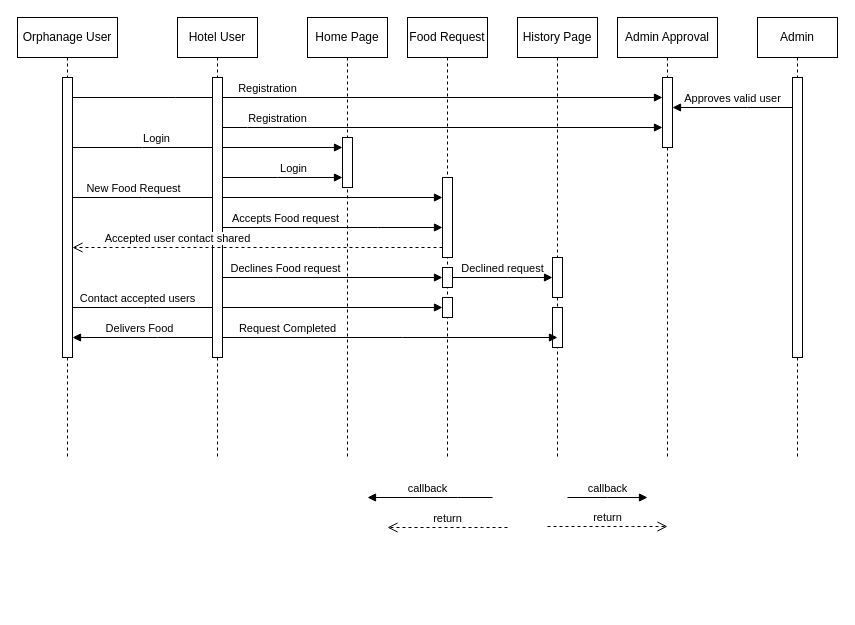
Earlier version of the draw.io diagram sequenceDiagram.drawio (Sriram-V-99/MCA-Project-). Source tidied: cells renumbered, new cells numbered last; positions are measured from the earlier drawing's top-left corner, leaving out a move shared by most shapes. Both pictures are drawn from the tidied source at 100%, with x=0, y=0 at pixel (17, 17).
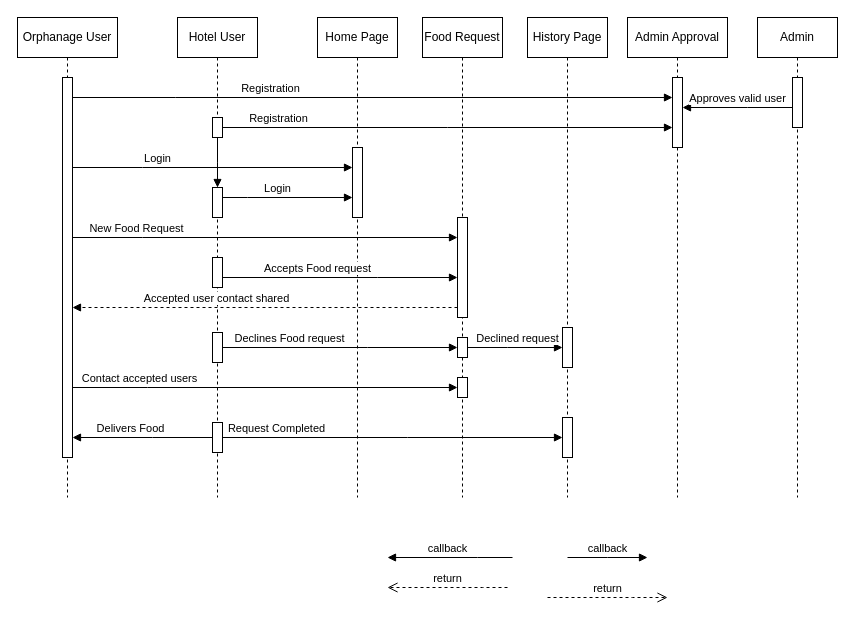
After the change.

The change refers to these unchanged cells:
```xml
<mxCell id="24" style="html=1;points=[];perimeter=orthogonalPerimeter;outlineConnect=0;targetShapes=umlLifeline;portConstraint=eastwest;newEdgeStyle={&quot;edgeStyle&quot;:&quot;elbowEdgeStyle&quot;,&quot;elbow&quot;:&quot;vertical&quot;,&quot;curved&quot;:0,&quot;rounded&quot;:0};" parent="23" vertex="1">
  <mxGeometry x="45" y="60" width="10" height="70" as="geometry" />
</mxCell>
```

The edit, as a diff of the source:
```diff
@@
-    <mxCell id="2" value="Contact accepted users" style="html=1;verticalAlign=bottom;endArrow=block;edgeStyle=elbowEdgeStyle;elbow=vertical;curved=0;rounded=0;" parent="1" edge="1" target="19">
-      <mxGeometry x="-0.65" relative="1" as="geometry">
-        <mxPoint x="55" y="290" as="sourcePoint" />
-        <Array as="points">
-          <mxPoint x="130" y="290" />
-        </Array>
-      </mxGeometry>
-    </mxCell>
-    <mxCell id="3" value="Login" style="html=1;verticalAlign=bottom;endArrow=block;edgeStyle=elbowEdgeStyle;elbow=vertical;curved=0;rounded=0;" parent="1" edge="1" source="8" target="28">
-      <mxGeometry x="-0.38" relative="1" as="geometry">
-        <Array as="points">
-          <mxPoint x="125" y="130" />
-        </Array>
-      </mxGeometry>
-    </mxCell>
-    <mxCell id="4" value="Registration" style="html=1;verticalAlign=bottom;endArrow=block;edgeStyle=elbowEdgeStyle;elbow=vertical;curved=0;rounded=0;" parent="1" edge="1" source="8" target="24">
-      <mxGeometry x="-0.34" relative="1" as="geometry">
-        <Array as="points">
-          <mxPoint x="157.8" y="80" />
-        </Array>
-      </mxGeometry>
-    </mxCell>
-    <mxCell id="5" value="New Food Request" style="html=1;verticalAlign=bottom;endArrow=block;edgeStyle=elbowEdgeStyle;elbow=vertical;curved=0;rounded=0;" parent="1" edge="1" source="8" target="17">
-      <mxGeometry x="-0.67" relative="1" as="geometry">
-        <Array as="points">
-          <mxPoint x="125" y="180" />
-        </Array>
-      </mxGeometry>
-    </mxCell>
-    <mxCell id="6" value="Registration" style="html=1;verticalAlign=bottom;endArrow=block;edgeStyle=elbowEdgeStyle;elbow=vertical;curved=0;rounded=0;" parent="1" edge="1" source="10">
-      <mxGeometry x="-0.75" relative="1" as="geometry">
-        <mxPoint x="645" y="110" as="targetPoint" />
-        <Array as="points">
-          <mxPoint x="230" y="110" />
-        </Array>
-      </mxGeometry>
+    <mxCell id="6" value="Registration" style="html=1;verticalAlign=bottom;endArrow=block;edgeStyle=elbowEdgeStyle;elbow=vertical;curved=0;rounded=0;" parent="1" edge="1" source="10" target="24">
+      <mxGeometry x="-0.75" relative="1" as="geometry" />
     </mxCell>
     <mxCell id="7" value="Orphanage User" style="shape=umlLifeline;perimeter=lifelinePerimeter;whiteSpace=wrap;html=1;newEdgeStyle={&quot;edgeStyle&quot;:&quot;elbowEdgeStyle&quot;,&quot;elbow&quot;:&quot;vertical&quot;,&quot;curved&quot;:0,&quot;rounded&quot;:0};" parent="1" vertex="1">
-      <mxGeometry width="100" height="440" as="geometry" />
+      <mxGeometry width="100" height="480" as="geometry" />
     </mxCell>
     <mxCell id="8" style="html=1;points=[];perimeter=orthogonalPerimeter;outlineConnect=0;targetShapes=umlLifeline;portConstraint=eastwest;newEdgeStyle={&quot;edgeStyle&quot;:&quot;elbowEdgeStyle&quot;,&quot;elbow&quot;:&quot;vertical&quot;,&quot;curved&quot;:0,&quot;rounded&quot;:0};" parent="7" vertex="1">
-      <mxGeometry x="45" y="60" width="10" height="280" as="geometry" />
+      <mxGeometry x="45" y="60" width="10" height="380" as="geometry" />
     </mxCell>
     <mxCell id="9" value="Hotel User" style="shape=umlLifeline;perimeter=lifelinePerimeter;whiteSpace=wrap;html=1;newEdgeStyle={&quot;edgeStyle&quot;:&quot;elbowEdgeStyle&quot;,&quot;elbow&quot;:&quot;vertical&quot;,&quot;curved&quot;:0,&quot;rounded&quot;:0};" parent="1" vertex="1">
-      <mxGeometry x="160" width="80" height="440" as="geometry" />
+      <mxGeometry x="160" width="80" height="480" as="geometry" />
     </mxCell>
     <mxCell id="10" style="html=1;points=[];perimeter=orthogonalPerimeter;outlineConnect=0;targetShapes=umlLifeline;portConstraint=eastwest;newEdgeStyle={&quot;edgeStyle&quot;:&quot;elbowEdgeStyle&quot;,&quot;elbow&quot;:&quot;vertical&quot;,&quot;curved&quot;:0,&quot;rounded&quot;:0};" parent="9" vertex="1">
-      <mxGeometry x="35" y="60" width="10" height="280" as="geometry" />
+      <mxGeometry x="35" y="100" width="10" height="20" as="geometry" />
     </mxCell>
+    <mxCell id="36" style="html=1;points=[];perimeter=orthogonalPerimeter;outlineConnect=0;targetShapes=umlLifeline;portConstraint=eastwest;newEdgeStyle={&quot;edgeStyle&quot;:&quot;elbowEdgeStyle&quot;,&quot;elbow&quot;:&quot;vertical&quot;,&quot;curved&quot;:0,&quot;rounded&quot;:0};" parent="9" vertex="1">
+      <mxGeometry x="35" y="405" width="10" height="30" as="geometry" />
+    </mxCell>
+    <mxCell id="37" style="html=1;perimeter=orthogonalPerimeter;targetShapes=umlLifeline;newEdgeStyle={&quot;edgeStyle&quot;:&quot;elbowEdgeStyle&quot;,&quot;elbow&quot;:&quot;vertical&quot;,&quot;curved&quot;:0,&quot;rounded&quot;:0};" parent="9" vertex="1">
+      <mxGeometry x="35" y="315" width="10" height="30" as="geometry" />
+    </mxCell>
+    <mxCell id="38" style="html=1;perimeter=orthogonalPerimeter;targetShapes=umlLifeline;newEdgeStyle={&quot;edgeStyle&quot;:&quot;elbowEdgeStyle&quot;,&quot;elbow&quot;:&quot;vertical&quot;,&quot;curved&quot;:0,&quot;rounded&quot;:0};" parent="9" vertex="1">
+      <mxGeometry x="35" y="240" width="10" height="30" as="geometry" />
+    </mxCell>
+    <mxCell id="39" style="html=1;points=[];perimeter=orthogonalPerimeter;outlineConnect=0;targetShapes=umlLifeline;portConstraint=eastwest;newEdgeStyle={&quot;edgeStyle&quot;:&quot;elbowEdgeStyle&quot;,&quot;elbow&quot;:&quot;vertical&quot;,&quot;curved&quot;:0,&quot;rounded&quot;:0};" parent="9" vertex="1">
+      <mxGeometry x="35" y="170" width="10" height="30" as="geometry" />
+    </mxCell>
+    <mxCell id="40" style="html=1;verticalAlign=bottom;endArrow=block;edgeStyle=elbowEdgeStyle;elbow=vertical;curved=0;rounded=0;" parent="9" edge="1" source="10" target="39">
+      <mxGeometry x="-0.61" relative="1" as="geometry" />
+    </mxCell>
     <mxCell id="11" value="return" style="html=1;verticalAlign=bottom;endArrow=open;dashed=1;endSize=8;edgeStyle=elbowEdgeStyle;elbow=vertical;curved=0;rounded=0;" parent="1" edge="1">
       <mxGeometry relative="1" as="geometry">
-        <mxPoint x="490" y="510" as="sourcePoint" />
-        <mxPoint x="370" y="510" as="targetPoint" />
+        <mxPoint x="490" y="570" as="sourcePoint" />
+        <mxPoint x="370" y="570" as="targetPoint" />
         <Array as="points">
-          <mxPoint x="465" y="510" />
+          <mxPoint x="465" y="570" />
         </Array>
       </mxGeometry>
     </mxCell>
     <mxCell id="12" value="callback" style="html=1;verticalAlign=bottom;endArrow=block;edgeStyle=elbowEdgeStyle;elbow=vertical;curved=0;rounded=0;" parent="1" edge="1">
       <mxGeometry relative="1" as="geometry">
-        <mxPoint x="550" y="480" as="sourcePoint" />
-        <mxPoint x="630" y="480" as="targetPoint" />
+        <mxPoint x="550" y="540" as="sourcePoint" />
+        <mxPoint x="630" y="540" as="targetPoint" />
         <Array as="points">
-          <mxPoint x="590" y="480" />
+          <mxPoint x="590" y="540" />
         </Array>
       </mxGeometry>
     </mxCell>
     <mxCell id="13" value="return" style="html=1;verticalAlign=bottom;endArrow=open;dashed=1;endSize=8;edgeStyle=elbowEdgeStyle;elbow=vertical;curved=0;rounded=0;" parent="1" edge="1">
       <mxGeometry relative="1" as="geometry">
-        <mxPoint x="530" y="509" as="sourcePoint" />
-        <mxPoint x="650" y="509" as="targetPoint" />
+        <mxPoint x="530" y="580" as="sourcePoint" />
+        <mxPoint x="650" y="580" as="targetPoint" />
         <Array as="points">
-          <mxPoint x="615" y="509" />
+          <mxPoint x="615" y="580" />
         </Array>
       </mxGeometry>
     </mxCell>
     <mxCell id="14" value="Admin" style="shape=umlLifeline;perimeter=lifelinePerimeter;whiteSpace=wrap;html=1;newEdgeStyle={&quot;edgeStyle&quot;:&quot;elbowEdgeStyle&quot;,&quot;elbow&quot;:&quot;vertical&quot;,&quot;curved&quot;:0,&quot;rounded&quot;:0};" parent="1" vertex="1">
-      <mxGeometry x="740" width="80" height="440" as="geometry" />
+      <mxGeometry x="740" width="80" height="480" as="geometry" />
     </mxCell>
     <mxCell id="15" style="html=1;points=[];perimeter=orthogonalPerimeter;outlineConnect=0;targetShapes=umlLifeline;portConstraint=eastwest;newEdgeStyle={&quot;edgeStyle&quot;:&quot;elbowEdgeStyle&quot;,&quot;elbow&quot;:&quot;vertical&quot;,&quot;curved&quot;:0,&quot;rounded&quot;:0};" parent="14" vertex="1">
-      <mxGeometry x="35" y="60" width="10" height="280" as="geometry" />
+      <mxGeometry x="35" y="60" width="10" height="50" as="geometry" />
     </mxCell>
     <mxCell id="16" value="Food Request" style="shape=umlLifeline;perimeter=lifelinePerimeter;whiteSpace=wrap;html=1;newEdgeStyle={&quot;edgeStyle&quot;:&quot;elbowEdgeStyle&quot;,&quot;elbow&quot;:&quot;vertical&quot;,&quot;curved&quot;:0,&quot;rounded&quot;:0};" parent="1" vertex="1">
-      <mxGeometry x="390" width="80" height="440" as="geometry" />
+      <mxGeometry x="405" width="80" height="480" as="geometry" />
     </mxCell>
     <mxCell id="17" style="html=1;points=[];perimeter=orthogonalPerimeter;outlineConnect=0;targetShapes=umlLifeline;portConstraint=eastwest;newEdgeStyle={&quot;edgeStyle&quot;:&quot;elbowEdgeStyle&quot;,&quot;elbow&quot;:&quot;vertical&quot;,&quot;curved&quot;:0,&quot;rounded&quot;:0};" parent="16" vertex="1">
-      <mxGeometry x="35" y="160" width="10" height="80" as="geometry" />
+      <mxGeometry x="35" y="200" width="10" height="100" as="geometry" />
     </mxCell>
     <mxCell id="18" style="html=1;perimeter=orthogonalPerimeter;targetShapes=umlLifeline;newEdgeStyle={&quot;edgeStyle&quot;:&quot;elbowEdgeStyle&quot;,&quot;elbow&quot;:&quot;vertical&quot;,&quot;curved&quot;:0,&quot;rounded&quot;:0};" parent="16" vertex="1">
-      <mxGeometry x="35" y="250" width="10" height="20" as="geometry" />
+      <mxGeometry x="35" y="320" width="10" height="20" as="geometry" />
     </mxCell>
     <mxCell id="19" style="html=1;points=[];perimeter=orthogonalPerimeter;outlineConnect=0;targetShapes=umlLifeline;portConstraint=eastwest;newEdgeStyle={&quot;edgeStyle&quot;:&quot;elbowEdgeStyle&quot;,&quot;elbow&quot;:&quot;vertical&quot;,&quot;curved&quot;:0,&quot;rounded&quot;:0};" parent="16" vertex="1">
-      <mxGeometry x="35" y="280" width="10" height="20" as="geometry" />
+      <mxGeometry x="35" y="360" width="10" height="20" as="geometry" />
     </mxCell>
     <mxCell id="20" value="History Page" style="shape=umlLifeline;perimeter=lifelinePerimeter;whiteSpace=wrap;html=1;newEdgeStyle={&quot;edgeStyle&quot;:&quot;elbowEdgeStyle&quot;,&quot;elbow&quot;:&quot;vertical&quot;,&quot;curved&quot;:0,&quot;rounded&quot;:0};" parent="1" vertex="1">
-      <mxGeometry x="500" width="80" height="440" as="geometry" />
+      <mxGeometry x="510" width="80" height="480" as="geometry" />
     </mxCell>
     <mxCell id="21" style="html=1;perimeter=orthogonalPerimeter;targetShapes=umlLifeline;newEdgeStyle={&quot;edgeStyle&quot;:&quot;elbowEdgeStyle&quot;,&quot;elbow&quot;:&quot;vertical&quot;,&quot;curved&quot;:0,&quot;rounded&quot;:0};" parent="20" vertex="1">
-      <mxGeometry x="35" y="240" width="10" height="40" as="geometry" />
+      <mxGeometry x="35" y="310" width="10" height="40" as="geometry" />
     </mxCell>
     <mxCell id="22" style="html=1;points=[];perimeter=orthogonalPerimeter;outlineConnect=0;targetShapes=umlLifeline;portConstraint=eastwest;newEdgeStyle={&quot;edgeStyle&quot;:&quot;elbowEdgeStyle&quot;,&quot;elbow&quot;:&quot;vertical&quot;,&quot;curved&quot;:0,&quot;rounded&quot;:0};" parent="20" vertex="1">
-      <mxGeometry x="35" y="290" width="10" height="40" as="geometry" />
+      <mxGeometry x="35" y="400" width="10" height="40" as="geometry" />
     </mxCell>
     <mxCell id="23" value="Admin Approval" style="shape=umlLifeline;perimeter=lifelinePerimeter;whiteSpace=wrap;html=1;newEdgeStyle={&quot;edgeStyle&quot;:&quot;elbowEdgeStyle&quot;,&quot;elbow&quot;:&quot;vertical&quot;,&quot;curved&quot;:0,&quot;rounded&quot;:0};" parent="1" vertex="1">
-      <mxGeometry x="600" width="100" height="440" as="geometry" />
+      <mxGeometry x="610" width="100" height="480" as="geometry" />
     </mxCell>
@@
     <mxCell id="26" value="callback" style="html=1;verticalAlign=bottom;endArrow=block;edgeStyle=elbowEdgeStyle;elbow=vertical;curved=0;rounded=0;" parent="1" edge="1">
       <mxGeometry x="0.04" relative="1" as="geometry">
-        <mxPoint x="475" y="480" as="sourcePoint" />
-        <mxPoint x="350" y="480" as="targetPoint" />
+        <mxPoint x="495" y="540" as="sourcePoint" />
+        <mxPoint x="370" y="540" as="targetPoint" />
         <Array as="points">
-          <mxPoint x="440" y="480" />
+          <mxPoint x="460" y="540" />
         </Array>
       </mxGeometry>
     </mxCell>
     <mxCell id="27" value="Home Page" style="shape=umlLifeline;perimeter=lifelinePerimeter;whiteSpace=wrap;html=1;newEdgeStyle={&quot;edgeStyle&quot;:&quot;elbowEdgeStyle&quot;,&quot;elbow&quot;:&quot;vertical&quot;,&quot;curved&quot;:0,&quot;rounded&quot;:0};" parent="1" vertex="1">
-      <mxGeometry x="290" width="80" height="440" as="geometry" />
+      <mxGeometry x="300" width="80" height="480" as="geometry" />
     </mxCell>
     <mxCell id="28" style="html=1;points=[];perimeter=orthogonalPerimeter;outlineConnect=0;targetShapes=umlLifeline;portConstraint=eastwest;newEdgeStyle={&quot;edgeStyle&quot;:&quot;elbowEdgeStyle&quot;,&quot;elbow&quot;:&quot;vertical&quot;,&quot;curved&quot;:0,&quot;rounded&quot;:0};" parent="27" vertex="1">
-      <mxGeometry x="35" y="120" width="10" height="50" as="geometry" />
+      <mxGeometry x="35" y="130" width="10" height="70" as="geometry" />
     </mxCell>
-    <mxCell id="29" value="Login" style="html=1;verticalAlign=bottom;endArrow=block;edgeStyle=elbowEdgeStyle;elbow=vertical;curved=0;rounded=0;" parent="1" edge="1" source="10" target="28">
-      <mxGeometry x="0.18" relative="1" as="geometry">
+    <mxCell id="29" value="Login" style="html=1;verticalAlign=bottom;endArrow=block;edgeStyle=elbowEdgeStyle;elbow=vertical;curved=0;rounded=0;" parent="1" edge="1" source="39">
+      <mxGeometry x="-0.15" relative="1" as="geometry">
+        <mxPoint x="335" y="180" as="targetPoint" />
         <Array as="points">
-          <mxPoint x="260" y="160" />
+          <mxPoint x="230" y="180" />
         </Array>
       </mxGeometry>
     </mxCell>
     <mxCell id="30" value="Accepts Food request" style="html=1;verticalAlign=bottom;endArrow=block;edgeStyle=elbowEdgeStyle;elbow=vertical;curved=0;rounded=0;" parent="1" edge="1">
-      <mxGeometry x="-0.43" relative="1" as="geometry">
-        <mxPoint x="205" y="210" as="sourcePoint" />
-        <mxPoint x="425" y="210" as="targetPoint" />
+      <mxGeometry x="-0.19" relative="1" as="geometry">
+        <mxPoint x="205" y="260" as="sourcePoint" />
+        <mxPoint x="440" y="260" as="targetPoint" />
         <Array as="points">
-          <mxPoint x="360" y="210" />
+          <mxPoint x="360" y="260" />
         </Array>
       </mxGeometry>
     </mxCell>
     <mxCell id="31" value="Declines Food request" style="html=1;verticalAlign=bottom;endArrow=block;edgeStyle=elbowEdgeStyle;elbow=vertical;curved=0;rounded=0;" parent="1" edge="1">
       <mxGeometry x="-0.43" relative="1" as="geometry">
-        <mxPoint x="205" y="260" as="sourcePoint" />
-        <mxPoint x="425" y="260" as="targetPoint" />
+        <mxPoint x="205" y="330" as="sourcePoint" />
+        <mxPoint x="440" y="330" as="targetPoint" />
         <Array as="points">
-          <mxPoint x="260" y="260" />
+          <mxPoint x="350" y="330" />
         </Array>
       </mxGeometry>
     </mxCell>
     <mxCell id="32" value="Declined request" style="html=1;verticalAlign=bottom;endArrow=block;edgeStyle=elbowEdgeStyle;elbow=vertical;curved=0;rounded=0;" parent="1" edge="1">
-      <mxGeometry relative="1" as="geometry">
-        <mxPoint x="435" y="260" as="sourcePoint" />
-        <mxPoint x="535" y="260" as="targetPoint" />
+      <mxGeometry x="0.05" relative="1" as="geometry">
+        <mxPoint x="450" y="330" as="sourcePoint" />
+        <mxPoint x="545" y="330" as="targetPoint" />
         <Array as="points">
-          <mxPoint x="490" y="260" />
+          <mxPoint x="490" y="330" />
         </Array>
       </mxGeometry>
     </mxCell>
-    <mxCell id="33" value="Delivers Food" style="html=1;verticalAlign=bottom;endArrow=block;edgeStyle=elbowEdgeStyle;elbow=vertical;curved=0;rounded=0;" parent="1" edge="1" source="10" target="8">
-      <mxGeometry x="0.04" relative="1" as="geometry">
+    <mxCell id="33" value="Delivers Food" style="html=1;verticalAlign=bottom;endArrow=block;edgeStyle=elbowEdgeStyle;elbow=vertical;curved=0;rounded=0;" parent="1" edge="1" source="36" target="8">
+      <mxGeometry x="0.17" relative="1" as="geometry">
         <Array as="points">
-          <mxPoint x="140" y="320" />
+          <mxPoint x="135" y="420" />
         </Array>
       </mxGeometry>
     </mxCell>
-    <mxCell id="34" value="Request Completed" style="html=1;verticalAlign=bottom;endArrow=block;edgeStyle=elbowEdgeStyle;elbow=vertical;curved=0;rounded=0;" parent="1" edge="1" source="10">
-      <mxGeometry x="-0.61" relative="1" as="geometry">
-        <mxPoint x="540" y="320" as="targetPoint" />
+    <mxCell id="34" value="Request Completed" style="html=1;verticalAlign=bottom;endArrow=block;edgeStyle=elbowEdgeStyle;elbow=vertical;curved=0;rounded=0;" parent="1" edge="1" source="36" target="22">
+      <mxGeometry x="-0.68" relative="1" as="geometry">
         <Array as="points">
-          <mxPoint x="385" y="320" />
+          <mxPoint x="390" y="420" />
         </Array>
       </mxGeometry>
     </mxCell>
+    <mxCell id="4" value="Registration" style="html=1;verticalAlign=bottom;endArrow=block;edgeStyle=elbowEdgeStyle;elbow=vertical;curved=0;rounded=0;" parent="1" edge="1" source="8" target="24">
+      <mxGeometry x="-0.34" relative="1" as="geometry">
+        <Array as="points">
+          <mxPoint x="157.8" y="80" />
+        </Array>
+      </mxGeometry>
+    </mxCell>
+    <mxCell id="3" value="Login" style="html=1;verticalAlign=bottom;endArrow=block;edgeStyle=elbowEdgeStyle;elbow=vertical;curved=0;rounded=0;" parent="1" edge="1">
+      <mxGeometry x="-0.39" relative="1" as="geometry">
+        <mxPoint x="55" y="150" as="sourcePoint" />
+        <mxPoint x="335" y="150" as="targetPoint" />
+        <Array as="points">
+          <mxPoint x="125" y="150" />
+        </Array>
+      </mxGeometry>
+    </mxCell>
+    <mxCell id="5" value="New Food Request" style="html=1;verticalAlign=bottom;endArrow=block;edgeStyle=elbowEdgeStyle;elbow=vertical;curved=0;rounded=0;" parent="1" edge="1">
+      <mxGeometry x="-0.67" relative="1" as="geometry">
+        <mxPoint x="55" y="220" as="sourcePoint" />
+        <mxPoint x="440" y="220" as="targetPoint" />
+        <Array as="points">
+          <mxPoint x="125" y="220" />
+        </Array>
+      </mxGeometry>
+    </mxCell>
+    <mxCell id="2" value="Contact accepted users" style="html=1;verticalAlign=bottom;endArrow=block;edgeStyle=elbowEdgeStyle;elbow=vertical;curved=0;rounded=0;" parent="1" edge="1">
+      <mxGeometry x="-0.65" relative="1" as="geometry">
+        <mxPoint x="55" y="370" as="sourcePoint" />
+        <mxPoint x="440" y="370" as="targetPoint" />
+        <Array as="points">
+          <mxPoint x="130" y="370" />
+        </Array>
+      </mxGeometry>
+    </mxCell>
-    <mxCell id="35" value="Accepted user contact shared" style="html=1;verticalAlign=bottom;endArrow=open;dashed=1;endSize=8;edgeStyle=elbowEdgeStyle;elbow=vertical;curved=0;rounded=0;" parent="1" edge="1" source="17" target="8">
-      <mxGeometry x="0.43" relative="1" as="geometry">
+    <mxCell id="35" value="Accepted user contact shared" style="html=1;verticalAlign=bottom;endArrow=block;edgeStyle=elbowEdgeStyle;elbow=vertical;curved=0;rounded=0;dashed=1;" parent="1" edge="1">
+      <mxGeometry x="0.25" relative="1" as="geometry">
+        <mxPoint x="440" y="290" as="sourcePoint" />
+        <mxPoint x="55" y="290" as="targetPoint" />
         <Array as="points">
-          <mxPoint x="290" y="230" />
+          <mxPoint x="160" y="290" />
         </Array>
       </mxGeometry>
     </mxCell>
```
